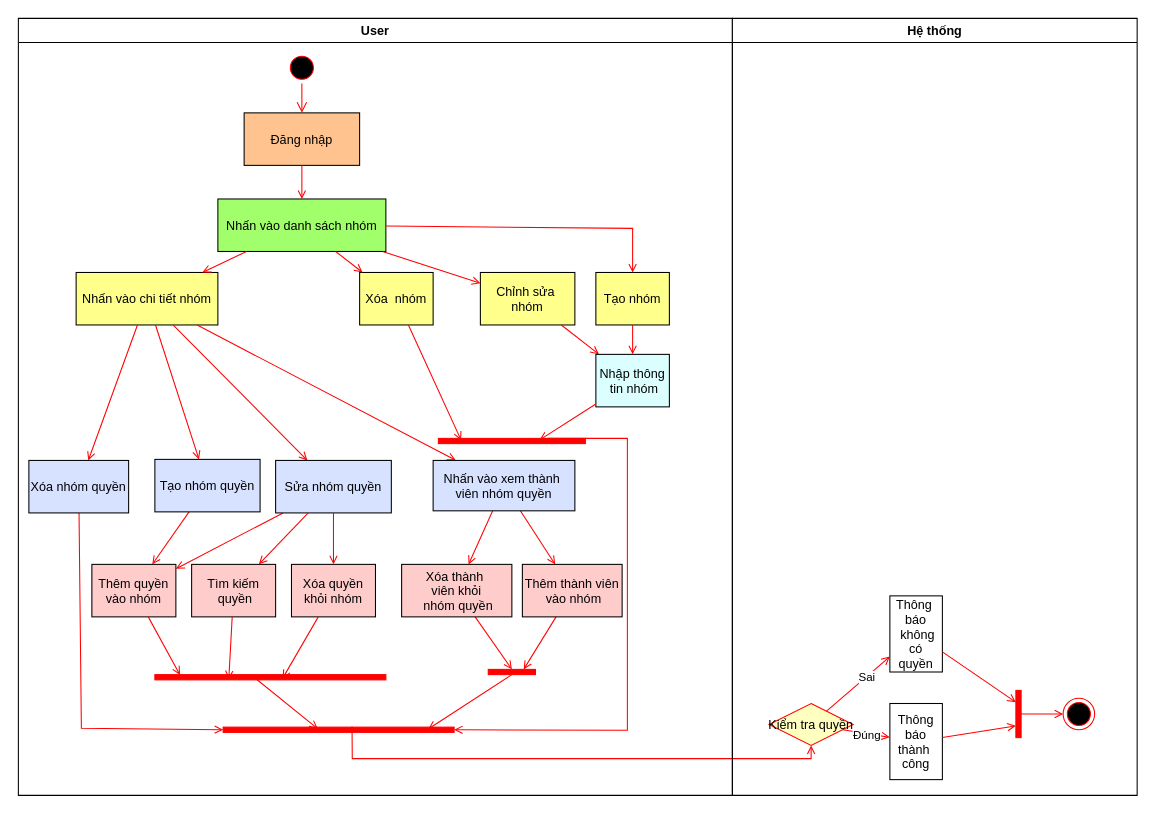
TranThanhHoang123/Blog keeps this draw.io diagram as BlogProject/BlogProject/PhanQuyenActivity.drawio. Above is the earlier version. Source tidied: cells renumbered, new cells numbered last; positions are measured from the earlier drawing's top-left corner, leaving out a move shared by most shapes. Both pictures are drawn from the tidied source at 105%, with x=0, y=0 at pixel (18, 18).
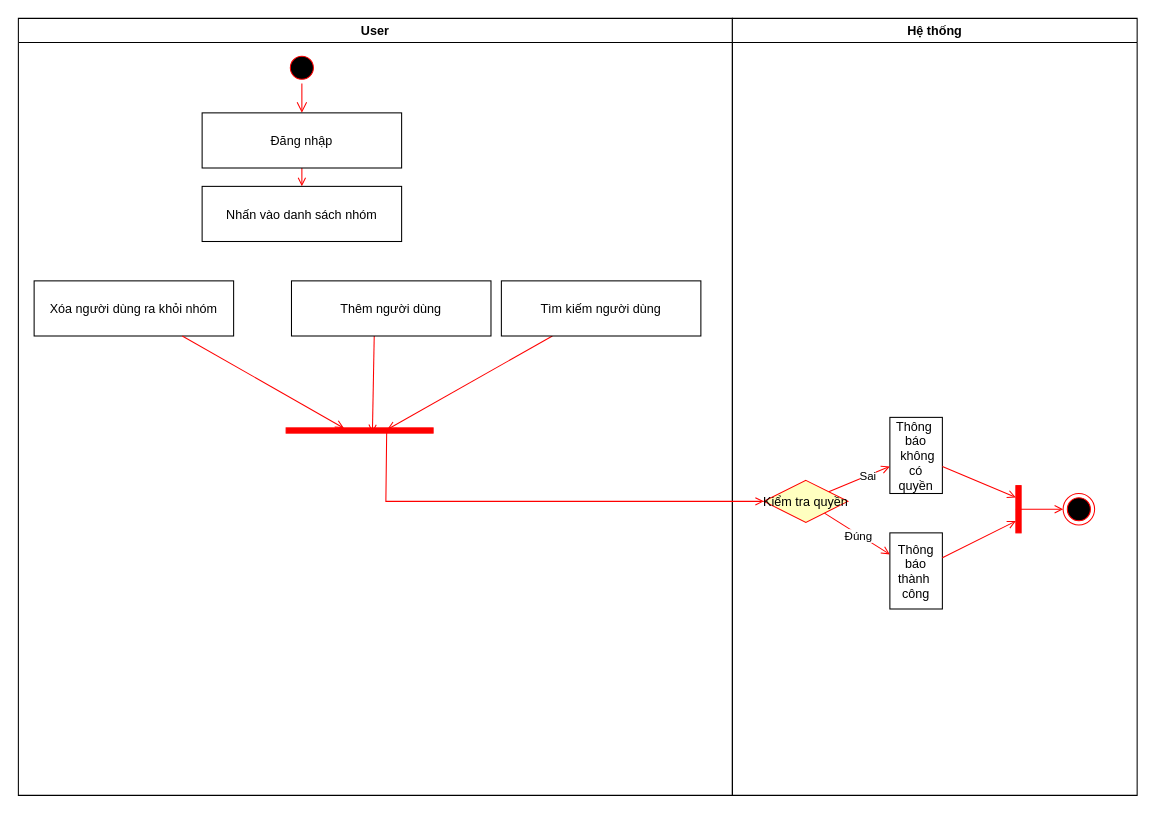
Above is the later version.

Unchanged cells that the change refers to:
```xml
<mxCell id="2" value="User" style="swimlane;whiteSpace=wrap;" parent="1" vertex="1">
  <mxGeometry width="680" height="740" as="geometry" />
</mxCell>
<mxCell id="55" value="Hệ thống" style="swimlane;whiteSpace=wrap;" parent="1" vertex="1">
  <mxGeometry x="680" width="385.5" height="740" as="geometry" />
</mxCell>
```

The edit, as a diff of the source:
```diff
@@
+    <mxCell id="7" style="endArrow=open;strokeColor=#FF0000;endFill=1;rounded=0;" parent="2" edge="1" source="5" target="6">
+      <mxGeometry relative="1" as="geometry" />
+    </mxCell>
+    <mxCell id="27" style="whiteSpace=wrap;strokeColor=#FF0000;fillColor=#FF0000;direction=south;" parent="2" vertex="1">
+      <mxGeometry x="255" y="390" width="140" height="5" as="geometry" />
+    </mxCell>
+    <mxCell id="28" style="endArrow=open;strokeColor=#FF0000;endFill=1;rounded=0;entryX=1;entryY=0.413;entryDx=0;entryDy=0;entryPerimeter=0;" parent="2" edge="1" target="27">
+      <mxGeometry relative="1" as="geometry">
+        <mxPoint x="339.1" y="292" as="sourcePoint" />
+      </mxGeometry>
+    </mxCell>
+    <mxCell id="44" style="endArrow=open;strokeColor=#FF0000;endFill=1;rounded=0;entryX=0.28;entryY=0.311;entryDx=0;entryDy=0;entryPerimeter=0;" parent="2" edge="1" source="69" target="27">
+      <mxGeometry relative="1" as="geometry" />
+    </mxCell>
-    <mxCell id="5" value="Đăng nhập" style="fillColor=#FFC38F;" parent="2" vertex="1">
-      <mxGeometry x="215" y="90" width="110" height="50" as="geometry" />
+    <mxCell id="5" value="Đăng nhập" style="direction=south;" parent="2" vertex="1">
+      <mxGeometry x="175" y="90" width="190" height="52.5" as="geometry" />
     </mxCell>
-    <mxCell id="6" value="Nhấn vào danh sách nhóm" style="fillColor=#A1FF6B;" parent="2" vertex="1">
-      <mxGeometry x="190" y="172" width="160" height="50" as="geometry" />
+    <mxCell id="6" value="Nhấn vào danh sách nhóm" style="direction=south;" parent="2" vertex="1">
+      <mxGeometry x="175" y="160" width="190" height="52.5" as="geometry" />
     </mxCell>
-    <mxCell id="7" style="endArrow=open;strokeColor=#FF0000;endFill=1;rounded=0;" parent="2" edge="1" source="5" target="6">
-      <mxGeometry relative="1" as="geometry" />
-    </mxCell>
-    <mxCell id="8" value="Nhấn vào chi tiết nhóm" style="fillColor=#FFFF8C;" parent="2" vertex="1">
-      <mxGeometry x="55" y="242" width="135" height="50" as="geometry" />
-    </mxCell>
-    <mxCell id="9" style="endArrow=open;strokeColor=#FF0000;endFill=1;rounded=0;" parent="2" edge="1" source="6" target="8">
-      <mxGeometry relative="1" as="geometry" />
-    </mxCell>
-    <mxCell id="10" style="endArrow=open;strokeColor=#FF0000;endFill=1;rounded=0;" parent="2" edge="1" source="8" target="33">
-      <mxGeometry relative="1" as="geometry" />
-    </mxCell>
-    <mxCell id="11" style="endArrow=open;strokeColor=#FF0000;endFill=1;rounded=0;" parent="2" edge="1" source="8" target="38">
-      <mxGeometry relative="1" as="geometry" />
-    </mxCell>
-    <mxCell id="12" style="endArrow=open;strokeColor=#FF0000;endFill=1;rounded=0;" parent="2" edge="1" source="8" target="39">
-      <mxGeometry relative="1" as="geometry" />
-    </mxCell>
-    <mxCell id="13" style="endArrow=open;strokeColor=#FF0000;endFill=1;rounded=0;" parent="2" edge="1" source="33" target="32">
-      <mxGeometry relative="1" as="geometry" />
-    </mxCell>
-    <mxCell id="14" style="endArrow=open;strokeColor=#FF0000;endFill=1;rounded=0;" parent="2" edge="1" source="33" target="34">
-      <mxGeometry relative="1" as="geometry" />
-    </mxCell>
-    <mxCell id="15" style="endArrow=open;strokeColor=#FF0000;endFill=1;rounded=0;" parent="2" edge="1" source="8" target="37">
-      <mxGeometry relative="1" as="geometry" />
-    </mxCell>
-    <mxCell id="16" value="Xóa  nhóm" style="fillColor=#FFFF8C;" parent="2" vertex="1">
-      <mxGeometry x="325" y="242" width="70" height="50" as="geometry" />
-    </mxCell>
-    <mxCell id="17" style="endArrow=open;strokeColor=#FF0000;endFill=1;rounded=0;" parent="2" edge="1" source="6" target="16">
-      <mxGeometry relative="1" as="geometry" />
-    </mxCell>
-    <mxCell id="18" style="endArrow=open;strokeColor=#FF0000;endFill=1;rounded=0;" parent="2" edge="1" source="6" target="22">
-      <mxGeometry relative="1" as="geometry" />
-    </mxCell>
-    <mxCell id="19" value="Tạo nhóm" style="fillColor=#FFFF8C;" parent="2" vertex="1">
-      <mxGeometry x="550" y="242" width="70" height="50" as="geometry" />
-    </mxCell>
-    <mxCell id="20" style="endArrow=open;strokeColor=#FF0000;endFill=1;rounded=0;entryX=0.5;entryY=1;entryDx=0;entryDy=0;" parent="2" edge="1" source="39" target="40">
-      <mxGeometry relative="1" as="geometry">
-        <Array as="points">
-          <mxPoint x="60" y="676" />
-        </Array>
-      </mxGeometry>
-    </mxCell>
-    <mxCell id="21" style="endArrow=open;strokeColor=#FF0000;endFill=1;rounded=0;" parent="2" edge="1" source="38" target="45">
-      <mxGeometry relative="1" as="geometry" />
-    </mxCell>
-    <mxCell id="22" value="Chỉnh sửa &#10;nhóm" style="fillColor=#FFFF8C;" parent="2" vertex="1">
-      <mxGeometry x="440" y="242" width="90" height="50" as="geometry" />
-    </mxCell>
-    <mxCell id="23" style="endArrow=open;strokeColor=#FF0000;endFill=1;rounded=0;entryX=0;entryY=0.5;entryDx=0;entryDy=0;" parent="2" edge="1" source="34" target="35">
-      <mxGeometry relative="1" as="geometry" />
-    </mxCell>
-    <mxCell id="24" style="endArrow=open;strokeColor=#FF0000;endFill=1;rounded=0;entryX=0;entryY=0.25;entryDx=0;entryDy=0;" parent="2" edge="1" source="32" target="35">
-      <mxGeometry relative="1" as="geometry" />
-    </mxCell>
-    <mxCell id="25" style="endArrow=open;strokeColor=#FF0000;endFill=1;rounded=0;exitX=1;exitY=0.5;exitDx=0;exitDy=0;entryX=0.36;entryY=0.112;entryDx=0;entryDy=0;entryPerimeter=0;" parent="2" edge="1" source="35" target="40">
-      <mxGeometry relative="1" as="geometry" />
-    </mxCell>
-    <mxCell id="26" style="endArrow=open;strokeColor=#FF0000;endFill=1;rounded=0;" parent="2" edge="1" source="6" target="19">
-      <mxGeometry relative="1" as="geometry">
-        <Array as="points">
-          <mxPoint x="585" y="200" />
-        </Array>
-      </mxGeometry>
-    </mxCell>
-    <mxCell id="27" style="whiteSpace=wrap;strokeColor=#FF0000;fillColor=#FF0000;direction=south;" parent="2" vertex="1">
-      <mxGeometry x="400" y="400" width="140" height="5" as="geometry" />
-    </mxCell>
-    <mxCell id="28" style="endArrow=open;strokeColor=#FF0000;endFill=1;rounded=0;entryX=0.36;entryY=0.845;entryDx=0;entryDy=0;entryPerimeter=0;" parent="2" edge="1" source="16" target="27">
-      <mxGeometry relative="1" as="geometry" />
-    </mxCell>
-    <mxCell id="29" style="endArrow=open;strokeColor=#FF0000;endFill=1;rounded=0;" parent="2" edge="1" source="22" target="43">
-      <mxGeometry relative="1" as="geometry" />
-    </mxCell>
-    <mxCell id="30" style="endArrow=open;strokeColor=#FF0000;endFill=1;rounded=0;" parent="2" edge="1" source="19">
-      <mxGeometry relative="1" as="geometry">
-        <mxPoint x="585" y="320" as="targetPoint" />
-      </mxGeometry>
-    </mxCell>
-    <mxCell id="31" style="endArrow=open;strokeColor=#FF0000;endFill=1;rounded=0;exitX=0;exitY=0.25;exitDx=0;exitDy=0;entryX=0.5;entryY=0;entryDx=0;entryDy=0;" parent="2" edge="1" source="27" target="40">
-      <mxGeometry relative="1" as="geometry">
-        <Array as="points">
-          <mxPoint x="580" y="400" />
-          <mxPoint x="580" y="678" />
-        </Array>
-      </mxGeometry>
-    </mxCell>
-    <mxCell id="32" value="Thêm thành viên&#10; vào nhóm" style="fillColor=#FFCCCC;" parent="2" vertex="1">
-      <mxGeometry x="480" y="520" width="95" height="50" as="geometry" />
-    </mxCell>
-    <mxCell id="33" value="Nhấn vào xem thành &#10;viên nhóm quyền" style="fillColor=#D6E2FF;" parent="2" vertex="1">
-      <mxGeometry x="395" y="421" width="135" height="48" as="geometry" />
-    </mxCell>
-    <mxCell id="34" value="Xóa thành &#10;viên khỏi&#10; nhóm quyền" style="fillColor=#FFCCCC;" parent="2" vertex="1">
-      <mxGeometry x="365" y="520" width="105" height="50" as="geometry" />
-    </mxCell>
-    <mxCell id="35" style="whiteSpace=wrap;strokeColor=#FF0000;fillColor=#FF0000;direction=south;" parent="2" vertex="1">
-      <mxGeometry x="447.5" y="620" width="45" height="5" as="geometry" />
-    </mxCell>
-    <mxCell id="36" style="endArrow=open;strokeColor=#FF0000;endFill=1;rounded=0;" parent="2" edge="1" source="37" target="45">
-      <mxGeometry relative="1" as="geometry" />
-    </mxCell>
-    <mxCell id="37" value="Sửa nhóm quyền" style="fillColor=#D6E2FF;" parent="2" vertex="1">
-      <mxGeometry x="245" y="421" width="110.2" height="50" as="geometry" />
-    </mxCell>
-    <mxCell id="38" value="Tạo nhóm quyền" style="fillColor=#D6E2FF;" parent="2" vertex="1">
-      <mxGeometry x="130" y="420" width="100.2" height="50" as="geometry" />
-    </mxCell>
-    <mxCell id="39" value="Xóa nhóm quyền" style="fillColor=#D6E2FF;" parent="2" vertex="1">
-      <mxGeometry x="10" y="421" width="95" height="50" as="geometry" />
-    </mxCell>
-    <mxCell id="40" style="whiteSpace=wrap;strokeColor=#FF0000;fillColor=#FF0000;direction=south;" parent="2" vertex="1">
-      <mxGeometry x="195" y="675" width="220" height="5" as="geometry" />
-    </mxCell>
-    <mxCell id="41" value="Kiểm tra quyền" style="rhombus;fillColor=#ffffc0;strokeColor=#ff0000;" parent="2" vertex="1">
-      <mxGeometry x="715" y="652.5" width="80" height="40" as="geometry" />
-    </mxCell>
-    <mxCell id="42" style="endArrow=open;strokeColor=#FF0000;endFill=1;rounded=0;exitX=-0.12;exitY=0.442;exitDx=0;exitDy=0;exitPerimeter=0;" parent="2" edge="1" source="40" target="41">
-      <mxGeometry relative="1" as="geometry">
-        <Array as="points">
-          <mxPoint x="318" y="705" />
-          <mxPoint x="755" y="705" />
-        </Array>
-      </mxGeometry>
-    </mxCell>
-    <mxCell id="43" value="Nhập thông&#10; tin nhóm" style="fillColor=#DBFFFF;" parent="2" vertex="1">
-      <mxGeometry x="550" y="320" width="70" height="50" as="geometry" />
-    </mxCell>
-    <mxCell id="44" style="endArrow=open;strokeColor=#FF0000;endFill=1;rounded=0;entryX=0.28;entryY=0.311;entryDx=0;entryDy=0;entryPerimeter=0;" parent="2" edge="1" source="43" target="27">
-      <mxGeometry relative="1" as="geometry" />
-    </mxCell>
-    <mxCell id="45" value="Thêm quyền&#10;vào nhóm" style="fillColor=#FFCCCC;" parent="2" vertex="1">
-      <mxGeometry x="70" y="520" width="80" height="50" as="geometry" />
-    </mxCell>
-    <mxCell id="46" value="Tìm kiếm&#10; quyền" style="fillColor=#FFCCCC;" parent="2" vertex="1">
-      <mxGeometry x="165" y="520" width="80" height="50" as="geometry" />
-    </mxCell>
-    <mxCell id="47" value="Xóa quyền&#10;khỏi nhóm" style="fillColor=#FFCCCC;" parent="2" vertex="1">
-      <mxGeometry x="260.1" y="520" width="80" height="50" as="geometry" />
-    </mxCell>
-    <mxCell id="48" style="endArrow=open;strokeColor=#FF0000;endFill=1;rounded=0;" parent="2" edge="1" source="37" target="46">
-      <mxGeometry relative="1" as="geometry" />
-    </mxCell>
-    <mxCell id="49" style="endArrow=open;strokeColor=#FF0000;endFill=1;rounded=0;" parent="2" edge="1" source="37" target="47">
-      <mxGeometry relative="1" as="geometry" />
-    </mxCell>
-    <mxCell id="50" style="whiteSpace=wrap;strokeColor=#FF0000;fillColor=#FF0000;direction=south;" parent="2" vertex="1">
-      <mxGeometry x="130" y="625" width="220" height="5" as="geometry" />
-    </mxCell>
-    <mxCell id="51" style="endArrow=open;strokeColor=#FF0000;endFill=1;rounded=0;entryX=0.08;entryY=0.891;entryDx=0;entryDy=0;entryPerimeter=0;" parent="2" edge="1" source="45" target="50">
-      <mxGeometry relative="1" as="geometry" />
-    </mxCell>
-    <mxCell id="52" style="endArrow=open;strokeColor=#FF0000;endFill=1;rounded=0;entryX=0.88;entryY=0.68;entryDx=0;entryDy=0;entryPerimeter=0;" parent="2" edge="1" source="46" target="50">
-      <mxGeometry relative="1" as="geometry" />
-    </mxCell>
-    <mxCell id="53" style="endArrow=open;strokeColor=#FF0000;endFill=1;rounded=0;entryX=0.72;entryY=0.447;entryDx=0;entryDy=0;entryPerimeter=0;" parent="2" edge="1" source="47" target="50">
-      <mxGeometry relative="1" as="geometry" />
-    </mxCell>
-    <mxCell id="54" style="endArrow=open;strokeColor=#FF0000;endFill=1;rounded=0;entryX=0.32;entryY=0.59;entryDx=0;entryDy=0;entryPerimeter=0;exitX=0.24;exitY=0.578;exitDx=0;exitDy=0;exitPerimeter=0;" parent="2" edge="1" source="50" target="40">
-      <mxGeometry relative="1" as="geometry" />
-    </mxCell>
+    <mxCell id="69" value="Tìm kiếm người dùng" style="direction=south;" parent="2" vertex="1">
+      <mxGeometry x="460" y="250" width="190" height="52.5" as="geometry" />
+    </mxCell>
+    <mxCell id="70" value="Thêm người dùng" style="direction=south;" parent="2" vertex="1">
+      <mxGeometry x="260.1" y="250" width="190" height="52.5" as="geometry" />
+    </mxCell>
+    <mxCell id="71" value="Xóa người dùng ra khỏi nhóm" style="direction=south;" parent="2" vertex="1">
+      <mxGeometry x="15" y="250" width="190" height="52.5" as="geometry" />
+    </mxCell>
+    <mxCell id="72" style="endArrow=open;strokeColor=#FF0000;endFill=1;rounded=0;entryX=0.04;entryY=0.607;entryDx=0;entryDy=0;entryPerimeter=0;" parent="2" edge="1" source="71" target="27">
+      <mxGeometry relative="1" as="geometry" />
+    </mxCell>
@@
     <mxCell id="58" value="Thông &#10;báo&#10; không&#10; có &#10;quyền" style="direction=south;" parent="55" vertex="1">
-      <mxGeometry x="150" y="550" width="50" height="72.5" as="geometry" />
+      <mxGeometry x="150" y="380" width="50" height="72.5" as="geometry" />
     </mxCell>
     <mxCell id="59" style="whiteSpace=wrap;strokeColor=#FF0000;fillColor=#FF0000;direction=west;" parent="55" vertex="1">
-      <mxGeometry x="270" y="640" width="5" height="45" as="geometry" />
+      <mxGeometry x="270" y="445" width="5" height="45" as="geometry" />
     </mxCell>
@@
     <mxCell id="61" value="Thông&#10; báo &#10;thành &#10;công" style="direction=south;" parent="55" vertex="1">
-      <mxGeometry x="150" y="652.5" width="50" height="72.5" as="geometry" />
+      <mxGeometry x="150" y="490" width="50" height="72.5" as="geometry" />
     </mxCell>
@@
     <mxCell id="63" style="ellipse;shape=endState;fillColor=#000000;strokeColor=#ff0000;" parent="55" vertex="1">
-      <mxGeometry x="315" y="647.5" width="30" height="30" as="geometry" />
+      <mxGeometry x="315" y="452.5" width="30" height="30" as="geometry" />
     </mxCell>
@@
+    <mxCell id="41" value="Kiểm tra quyền" style="rhombus;fillColor=#ffffc0;strokeColor=#ff0000;" parent="55" vertex="1">
+      <mxGeometry x="30" y="440" width="80" height="40" as="geometry" />
+    </mxCell>
-    <mxCell id="65" style="endArrow=open;strokeColor=#FF0000;endFill=1;rounded=0;" parent="1" edge="1" source="41" target="58">
+    <mxCell id="65" style="endArrow=open;strokeColor=#FF0000;endFill=1;rounded=0;" parent="55" edge="1" source="41" target="58">
       <mxGeometry relative="1" as="geometry" />
     </mxCell>
@@
-    <mxCell id="67" style="endArrow=open;strokeColor=#FF0000;endFill=1;rounded=0;" parent="1" edge="1" source="41" target="61">
+    <mxCell id="67" style="endArrow=open;strokeColor=#FF0000;endFill=1;rounded=0;" parent="55" edge="1" source="41" target="61">
       <mxGeometry relative="1" as="geometry" />
     </mxCell>
@@
+    <mxCell id="73" style="endArrow=open;strokeColor=#FF0000;endFill=1;rounded=0;exitX=0.84;exitY=0.316;exitDx=0;exitDy=0;exitPerimeter=0;" parent="1" edge="1" source="27" target="41">
+      <mxGeometry relative="1" as="geometry">
+        <Array as="points">
+          <mxPoint x="350" y="460" />
+        </Array>
+      </mxGeometry>
+    </mxCell>
```
